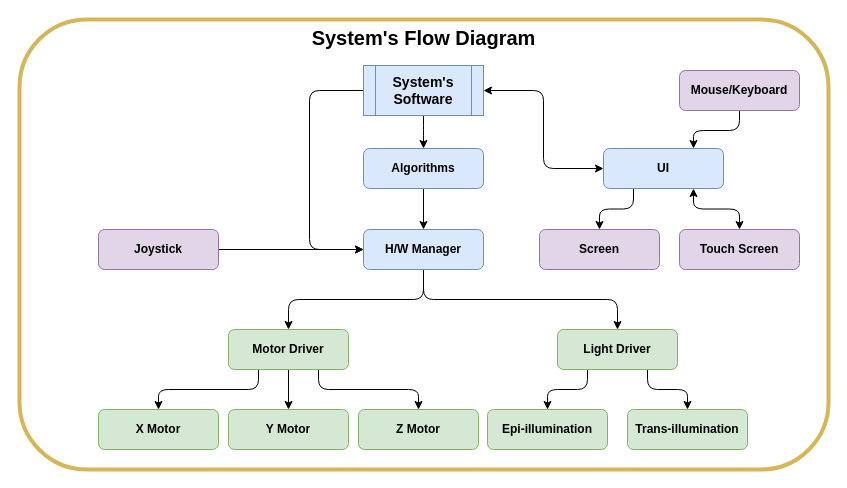
Earlier version of the draw.io diagram SystemFlowDiagram.drawio (tsakalifas79/Thesis). Source tidied: cells renumbered, new cells numbered last; positions are measured from the earlier drawing's top-left corner, leaving out a move shared by most shapes. Both pictures are drawn from the tidied source at 100%, with x=0, y=0 at pixel (19, 19).
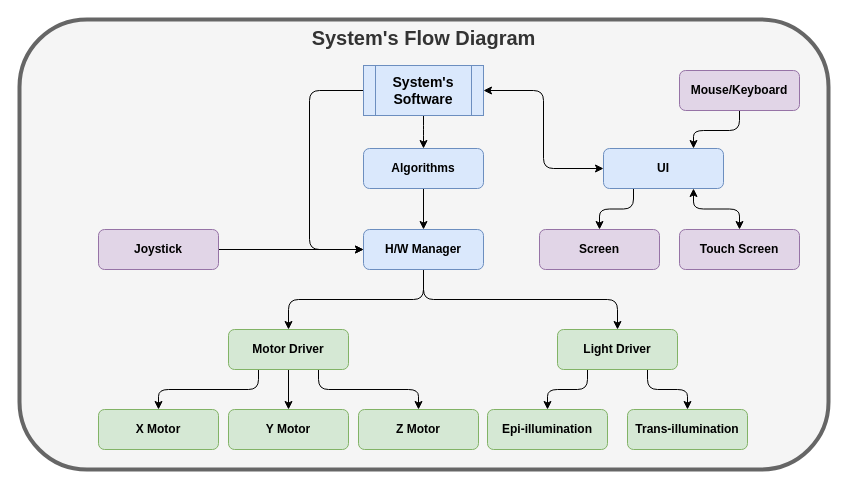
Above is the later version.

Change to the diagram source:
```diff
@@
-    <mxCell id="2" value="&lt;b&gt;&lt;font style=&quot;font-size: 20px&quot;&gt;System's Flow Diagram&lt;br&gt;&lt;/font&gt;&lt;/b&gt;" style="rounded=1;whiteSpace=wrap;html=1;verticalAlign=top;strokeColor=#d6b656;fillColor=none;strokeWidth=4;" parent="1" vertex="1">
+    <mxCell id="2" value="&lt;b&gt;&lt;font style=&quot;font-size: 20px&quot;&gt;System's Flow Diagram&lt;br&gt;&lt;/font&gt;&lt;/b&gt;" style="rounded=1;whiteSpace=wrap;html=1;verticalAlign=top;strokeColor=#666666;strokeWidth=4;fillColor=#f5f5f5;fontColor=#333333;" parent="1" vertex="1">
       <mxGeometry width="809" height="450" as="geometry" />
     </mxCell>
```
